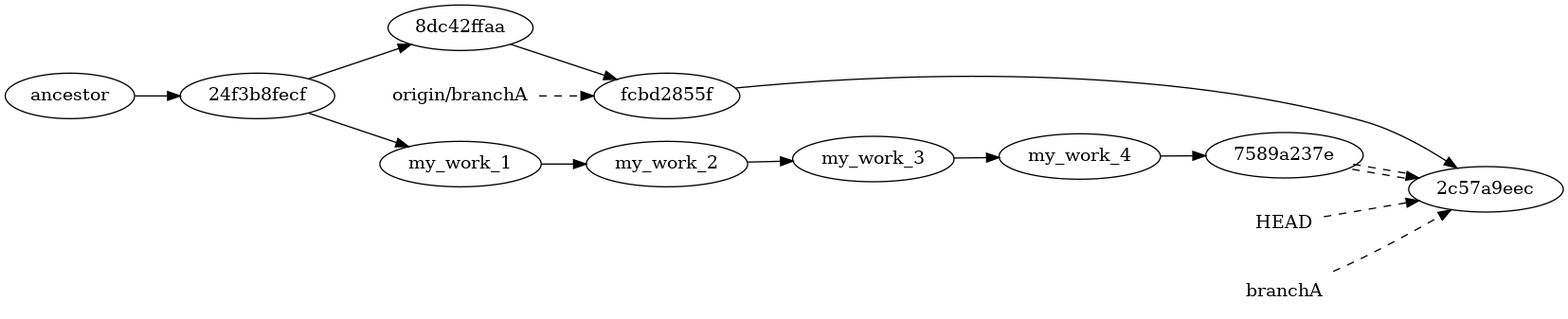
Before: img/squashed_merge.png, a diagram exported from Graphviz (AaronDMarasco/git4svn). Its source is kept beside it as src/squashed_merge.gv.
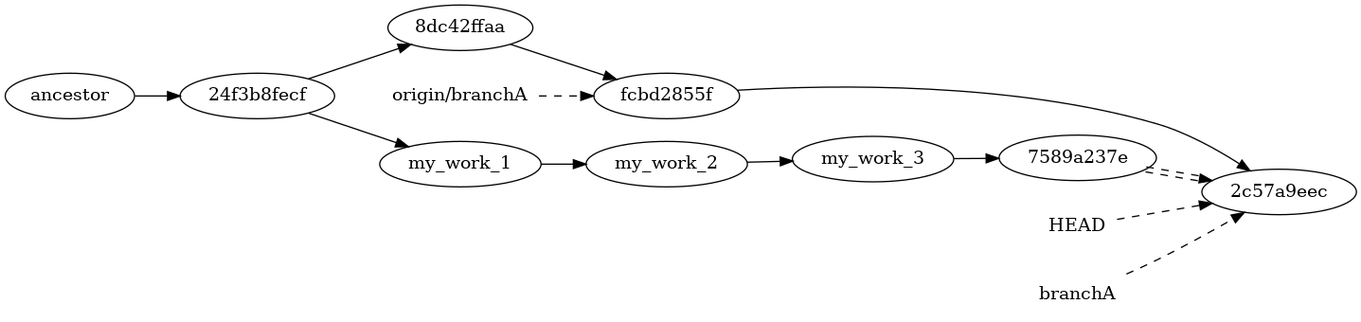
After the change.

Diff of the diagram source:
```diff
@@ -9,8 +9,7 @@
   "24f3b8fecf" -> "my_work_1"
   "my_work_1" -> "my_work_2"
   "my_work_2" -> "my_work_3"
-  "my_work_3" -> "my_work_4"
-  "my_work_4" -> "7589a237e"
+  "my_work_3" -> "7589a237e"
   node [shape = none];
   HEAD -> "2c57a9eec" [style=dashed];
   "branchA" -> "2c57a9eec" [style=dashed];
```
